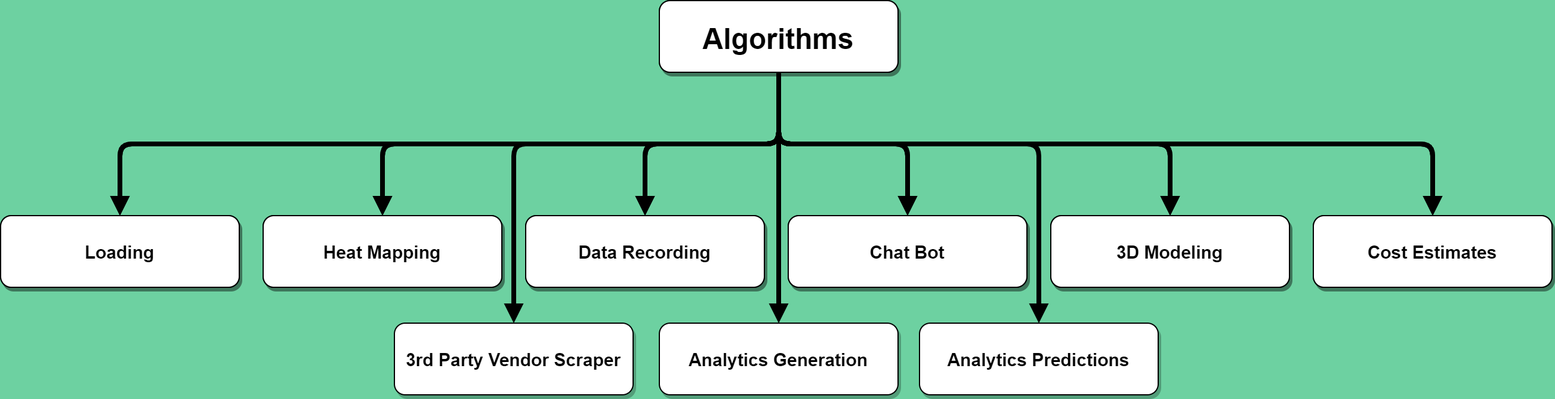
Earlier version of the draw.io export website/deliverables/WorkBreakdownStructure_8.0-Alogrithms.png (LP-76/load.in). Source tidied: cells renumbered, new cells last; positions are measured from the earlier drawing's top-left corner, leaving out a move shared by most shapes.
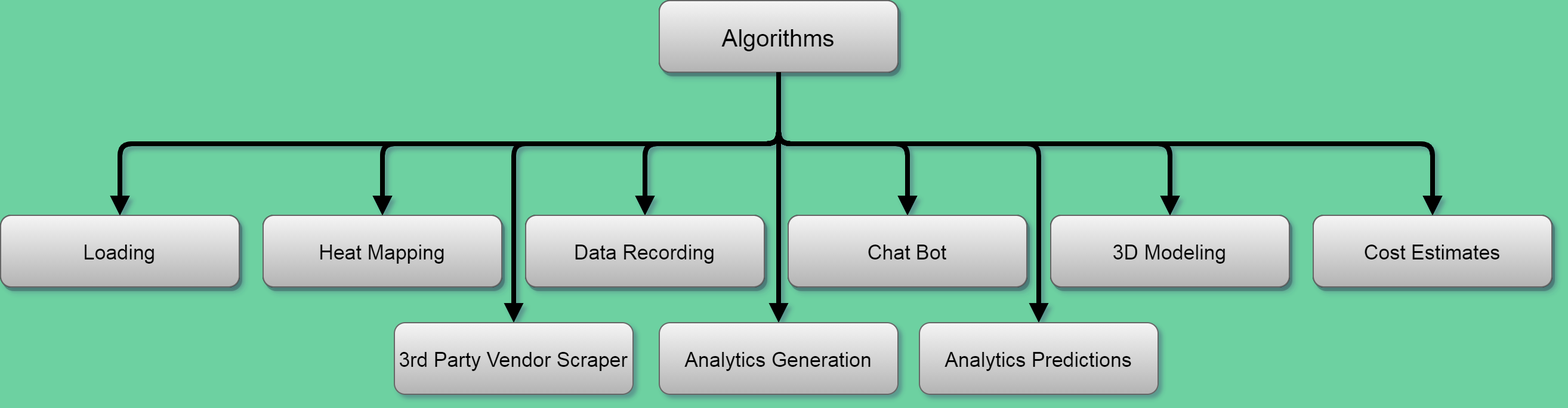
After the change.

Commit message:
changes to work breakdown structure diagrams

Change to the diagram source:
```diff
@@ -1,4 +1,4 @@
-<mxGraphModel background="#6DD1A1">
+<mxGraphModel background="#6DD1A1" shadow="1">
   <root>
     <mxCell id="0" />
     <mxCell id="1" parent="0" />
@@ -41,13 +41,13 @@
     <mxCell id="14" style="edgeStyle=elbowEdgeStyle;elbow=vertical;strokeWidth=4;endArrow=block;endFill=1;fontStyle=1;exitX=0.5;exitY=1;exitDx=0;exitDy=0;entryX=0.5;entryY=0;entryDx=0;entryDy=0;" parent="1" edge="1" source="2" target="13">
       <mxGeometry x="-1330" y="1084" as="geometry" />
     </mxCell>
-    <mxCell id="15" value="Algorithms" style="rounded=1;shadow=1;fontStyle=1;fontSize=24;labelBackgroundColor=none;fillColor=#FFFFFF;" parent="1" vertex="1">
+    <mxCell id="15" value="Algorithms" style="rounded=1;fontSize=20;labelBackgroundColor=none;fillColor=#f5f5f5;strokeColor=#666666;gradientColor=#b3b3b3;" parent="1" vertex="1">
       <mxGeometry x="552" width="200" height="60" as="geometry" />
     </mxCell>
-    <mxCell id="16" value="Loading" style="rounded=1;shadow=1;fontStyle=1;fontSize=15;fillColor=#FFFFFF;" parent="1" vertex="1">
+    <mxCell id="16" value="Loading" style="rounded=1;fontSize=17;fillColor=#f5f5f5;strokeColor=#666666;gradientColor=#b3b3b3;" parent="1" vertex="1">
       <mxGeometry y="180" width="200" height="60" as="geometry" />
     </mxCell>
-    <mxCell id="17" value="Heat Mapping" style="rounded=1;shadow=1;fontStyle=1;fontSize=15;fillColor=#FFFFFF;" parent="1" vertex="1">
+    <mxCell id="17" value="Heat Mapping" style="rounded=1;fontSize=17;fillColor=#f5f5f5;strokeColor=#666666;gradientColor=#b3b3b3;" parent="1" vertex="1">
       <mxGeometry x="220" y="180" width="200" height="60" as="geometry" />
     </mxCell>
     <mxCell id="18" style="edgeStyle=elbowEdgeStyle;elbow=vertical;strokeWidth=4;endArrow=block;endFill=1;fontStyle=1;exitX=0.5;exitY=1;exitDx=0;exitDy=0;" parent="1" edge="1" source="15" target="17">
@@ -59,22 +59,22 @@
     <mxCell id="20" style="edgeStyle=elbowEdgeStyle;elbow=vertical;strokeWidth=4;endArrow=block;endFill=1;fontStyle=1;entryX=0.5;entryY=0;entryDx=0;entryDy=0;exitX=0.5;exitY=1;exitDx=0;exitDy=0;" parent="1" edge="1" source="15" target="21">
       <mxGeometry x="-1530" y="1080" as="geometry" />
     </mxCell>
-    <mxCell id="21" value="Data Recording" style="rounded=1;shadow=1;fontStyle=1;fontSize=15;fillColor=#FFFFFF;" parent="1" vertex="1">
+    <mxCell id="21" value="Data Recording" style="rounded=1;fontSize=17;fillColor=#f5f5f5;strokeColor=#666666;gradientColor=#b3b3b3;" parent="1" vertex="1">
       <mxGeometry x="440" y="180" width="200" height="60" as="geometry" />
     </mxCell>
     <mxCell id="22" style="edgeStyle=elbowEdgeStyle;elbow=vertical;strokeWidth=4;endArrow=block;endFill=1;fontStyle=1;exitX=0.5;exitY=1;exitDx=0;exitDy=0;entryX=0.5;entryY=0;entryDx=0;entryDy=0;" parent="1" edge="1" source="15" target="23">
       <mxGeometry x="-1520" y="1094" as="geometry" />
     </mxCell>
-    <mxCell id="23" value="Chat Bot" style="rounded=1;shadow=1;fontStyle=1;fontSize=15;fillColor=#FFFFFF;" parent="1" vertex="1">
+    <mxCell id="23" value="Chat Bot" style="rounded=1;fontSize=17;fillColor=#f5f5f5;strokeColor=#666666;gradientColor=#b3b3b3;" parent="1" vertex="1">
       <mxGeometry x="660" y="180" width="200" height="60" as="geometry" />
     </mxCell>
-    <mxCell id="24" value="3D Modeling" style="rounded=1;shadow=1;fontStyle=1;fontSize=15;fillColor=#FFFFFF;" parent="1" vertex="1">
+    <mxCell id="24" value="3D Modeling" style="rounded=1;fontSize=17;fillColor=#f5f5f5;strokeColor=#666666;gradientColor=#b3b3b3;" parent="1" vertex="1">
       <mxGeometry x="880" y="180" width="200" height="60" as="geometry" />
     </mxCell>
     <mxCell id="25" style="edgeStyle=elbowEdgeStyle;elbow=vertical;strokeWidth=4;endArrow=block;endFill=1;fontStyle=1;exitX=0.5;exitY=1;exitDx=0;exitDy=0;entryX=0.5;entryY=0;entryDx=0;entryDy=0;" parent="1" edge="1" source="15" target="24">
       <mxGeometry x="-1340" y="1074" as="geometry" />
     </mxCell>
-    <mxCell id="26" value="Cost Estimates" style="rounded=1;shadow=1;fontStyle=1;fontSize=15;fillColor=#FFFFFF;" parent="1" vertex="1">
+    <mxCell id="26" value="Cost Estimates" style="rounded=1;fontSize=17;fillColor=#f5f5f5;strokeColor=#666666;gradientColor=#b3b3b3;" parent="1" vertex="1">
       <mxGeometry x="1100" y="180" width="200" height="60" as="geometry" />
     </mxCell>
     <mxCell id="27" style="edgeStyle=elbowEdgeStyle;elbow=vertical;strokeWidth=4;endArrow=block;endFill=1;fontStyle=1;exitX=0.5;exitY=1;exitDx=0;exitDy=0;entryX=0.5;entryY=0;entryDx=0;entryDy=0;" parent="1" edge="1" source="15" target="26">
@@ -83,7 +83,7 @@
     <mxCell id="28" style="edgeStyle=elbowEdgeStyle;elbow=vertical;strokeWidth=4;endArrow=block;endFill=1;fontStyle=1;exitX=0.5;exitY=1;exitDx=0;exitDy=0;entryX=0.5;entryY=0;entryDx=0;entryDy=0;" parent="1" edge="1" source="15" target="29">
       <mxGeometry x="-1320" y="1094" as="geometry" />
     </mxCell>
-    <mxCell id="29" value="Analytics Generation" style="rounded=1;shadow=1;fontStyle=1;fontSize=15;fillColor=#FFFFFF;" parent="1" vertex="1">
+    <mxCell id="29" value="Analytics Generation" style="rounded=1;fontSize=17;fillColor=#f5f5f5;strokeColor=#666666;gradientColor=#b3b3b3;" parent="1" vertex="1">
       <mxGeometry x="552" y="270" width="200" height="60" as="geometry" />
     </mxCell>
     <mxCell id="30" style="edgeStyle=elbowEdgeStyle;elbow=vertical;strokeWidth=4;endArrow=block;endFill=1;fontStyle=1;exitX=0.5;exitY=1;exitDx=0;exitDy=0;entryX=0.5;entryY=0;entryDx=0;entryDy=0;" parent="1" edge="1" source="15" target="32">
@@ -100,10 +100,10 @@
         </Array>
       </mxGeometry>
     </mxCell>
-    <mxCell id="32" value="Analytics Predictions" style="rounded=1;shadow=1;fontStyle=1;fontSize=15;fillColor=#FFFFFF;" parent="1" vertex="1">
+    <mxCell id="32" value="Analytics Predictions" style="rounded=1;fontSize=17;fillColor=#f5f5f5;strokeColor=#666666;gradientColor=#b3b3b3;" parent="1" vertex="1">
       <mxGeometry x="770" y="270" width="200" height="60" as="geometry" />
     </mxCell>
-    <mxCell id="33" value="3rd Party Vendor Scraper" style="rounded=1;shadow=1;fontStyle=1;fontSize=15;fillColor=#FFFFFF;" parent="1" vertex="1">
+    <mxCell id="33" value="3rd Party Vendor Scraper" style="rounded=1;fontSize=17;fillColor=#f5f5f5;strokeColor=#666666;gradientColor=#b3b3b3;" parent="1" vertex="1">
       <mxGeometry x="330" y="270" width="200" height="60" as="geometry" />
     </mxCell>
   </root>
```
